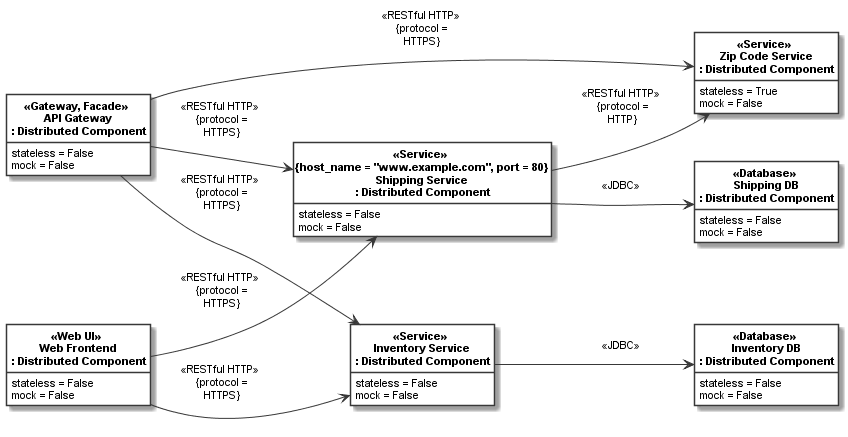
The PlantUML diagram docsrc/source/images/microservice_component_model3.png in uzdun/CodeableModels, before a commit. Its diagram source:
```plantuml
@startuml
skinparam monochrome true
skinparam ClassBackgroundColor White
hide empty members
hide circle
skinparam defaultFontName Arial
skinparam defaultFontSize 11
skinparam classfontstyle bold
left to right direction
class "«Gateway, Facade» \nAPI Gateway\n : Distributed Component" as __1_API_Gateway {
stateless = False
mock = False
}

class "«Service» \nInventory Service\n : Distributed Component" as __2_Inventory_Service {
stateless = False
mock = False
}

class "«Web UI» \nWeb Frontend\n : Distributed Component" as __3_Web_Frontend {
stateless = False
mock = False
}

class "«Service» \n{host_name = "www.example.com", port = 80}\nShipping Service\n : Distributed Component" as __4_Shipping_Service {
stateless = False
mock = False
}

class "«Service» \nZip Code Service\n : Distributed Component" as __5_Zip_Code_Service {
stateless = True
mock = False
}

class "«Database» \nShipping DB\n : Distributed Component" as __6_Shipping_DB {
stateless = False
mock = False
}

class "«Database» \nInventory DB\n : Distributed Component" as __7_Inventory_DB {
stateless = False
mock = False
}

__1_API_Gateway --> __2_Inventory_Service: "«RESTful HTTP» \n{protocol =\nHTTPS}\n"
__1_API_Gateway --> __4_Shipping_Service: "«RESTful HTTP» \n{protocol =\nHTTPS}\n"
__1_API_Gateway --> __5_Zip_Code_Service: "«RESTful HTTP» \n{protocol =\nHTTPS}\n"
__2_Inventory_Service --> __7_Inventory_DB: "«JDBC» \n"
__3_Web_Frontend --> __2_Inventory_Service: "«RESTful HTTP» \n{protocol =\nHTTPS}\n"
__3_Web_Frontend --> __4_Shipping_Service: "«RESTful HTTP» \n{protocol =\nHTTPS}\n"
__4_Shipping_Service --> __5_Zip_Code_Service: "«RESTful HTTP» \n{protocol =\nHTTP}\n"
__4_Shipping_Service --> __6_Shipping_DB: "«JDBC» \n"
@enduml
```
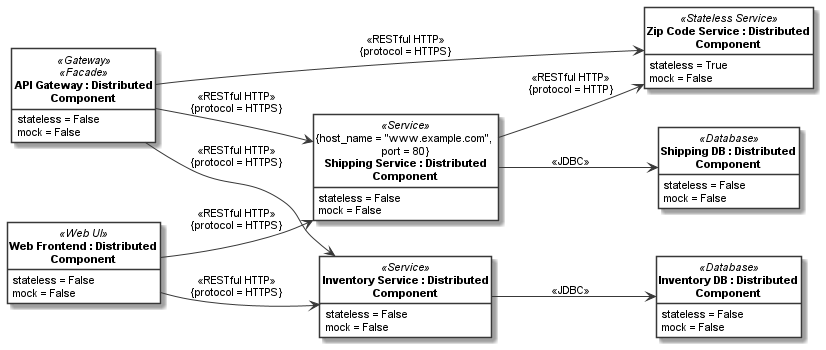
After the commit.

Diff of the diagram source:
```diff
@@ -5,49 +5,48 @@
 hide circle
 skinparam defaultFontName Arial
 skinparam defaultFontSize 11
-skinparam classfontstyle bold
 left to right direction
-class "«Gateway, Facade» \nAPI Gateway\n : Distributed Component" as __1_API_Gateway {
+class "<b>API Gateway : Distributed</b>\n<b>Component</b>" as __1_API_Gateway <<Gateway>><<Facade>>  {
 stateless = False
 mock = False
 }
 
-class "«Service» \nInventory Service\n : Distributed Component" as __2_Inventory_Service {
+class "<b>Inventory Service : Distributed</b>\n<b>Component</b>" as __2_Inventory_Service <<Service>>  {
 stateless = False
 mock = False
 }
 
-class "«Web UI» \nWeb Frontend\n : Distributed Component" as __3_Web_Frontend {
+class "<b>Web Frontend : Distributed</b>\n<b>Component</b>" as __3_Web_Frontend <<Web UI>>  {
 stateless = False
 mock = False
 }
 
-class "«Service» \n{host_name = "www.example.com", port = 80}\nShipping Service\n : Distributed Component" as __4_Shipping_Service {
+class "{host_name = "www.example.com", \nport = 80}\n<b>Shipping Service : Distributed</b>\n<b>Component</b>" as __4_Shipping_Service <<Service>>  {
 stateless = False
 mock = False
 }
 
-class "«Service» \nZip Code Service\n : Distributed Component" as __5_Zip_Code_Service {
+class "<b>Zip Code Service : Distributed</b>\n<b>Component</b>" as __5_Zip_Code_Service <<Stateless Service>>  {
 stateless = True
 mock = False
 }
 
-class "«Database» \nShipping DB\n : Distributed Component" as __6_Shipping_DB {
+class "<b>Shipping DB : Distributed</b>\n<b>Component</b>" as __6_Shipping_DB <<Database>>  {
 stateless = False
 mock = False
 }
 
-class "«Database» \nInventory DB\n : Distributed Component" as __7_Inventory_DB {
+class "<b>Inventory DB : Distributed</b>\n<b>Component</b>" as __7_Inventory_DB <<Database>>  {
 stateless = False
 mock = False
 }
 
-__1_API_Gateway --> __2_Inventory_Service: "«RESTful HTTP» \n{protocol =\nHTTPS}\n"
-__1_API_Gateway --> __4_Shipping_Service: "«RESTful HTTP» \n{protocol =\nHTTPS}\n"
-__1_API_Gateway --> __5_Zip_Code_Service: "«RESTful HTTP» \n{protocol =\nHTTPS}\n"
-__2_Inventory_Service --> __7_Inventory_DB: "«JDBC» \n"
-__3_Web_Frontend --> __2_Inventory_Service: "«RESTful HTTP» \n{protocol =\nHTTPS}\n"
-__3_Web_Frontend --> __4_Shipping_Service: "«RESTful HTTP» \n{protocol =\nHTTPS}\n"
-__4_Shipping_Service --> __5_Zip_Code_Service: "«RESTful HTTP» \n{protocol =\nHTTP}\n"
-__4_Shipping_Service --> __6_Shipping_DB: "«JDBC» \n"
+__1_API_Gateway --> __2_Inventory_Service: <<RESTful HTTP>>\n{protocol = HTTPS}
+__1_API_Gateway --> __4_Shipping_Service: <<RESTful HTTP>>\n{protocol = HTTPS}
+__1_API_Gateway --> __5_Zip_Code_Service: <<RESTful HTTP>>\n{protocol = HTTPS}
+__2_Inventory_Service --> __7_Inventory_DB: <<JDBC>>
+__3_Web_Frontend --> __2_Inventory_Service: <<RESTful HTTP>>\n{protocol = HTTPS}
+__3_Web_Frontend --> __4_Shipping_Service: <<RESTful HTTP>>\n{protocol = HTTPS}
+__4_Shipping_Service --> __5_Zip_Code_Service: <<RESTful HTTP>>\n{protocol = HTTP}
+__4_Shipping_Service --> __6_Shipping_DB: <<JDBC>>
 @enduml
```
